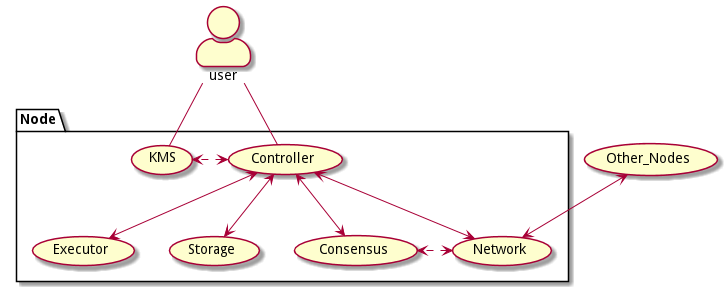
cita-cloud/docs keeps this PlantUML diagram as source/_static/images/micro_service.png. Above is the earlier version. Source of this version:
```plantuml
@startuml
top to bottom direction
skinparam actorStyle awesome
actor user
package Node {
  user -- (Controller)
  user -- (KMS)
  (Controller) <--> (Network)
  (Controller) <--> (Consensus)
  (Controller) <--> (Storage)
  (Controller) <--> (Executor)
  (Network) <.> (Consensus)
  (Controller) <.> (KMS)
}

(Other_Nodes) <--> (Network)
@enduml
```
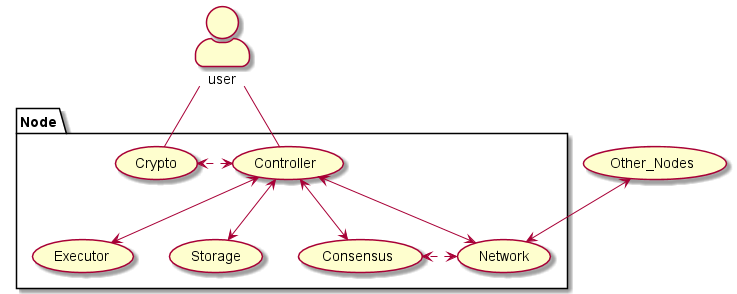
After the change.

Commit message:
kms to crypto; add v6.4.1 release notes; add bug for old release; fix typo

The edit, as a diff of the source:
```diff
@@ -4,13 +4,13 @@
 actor user
 package Node {
   user -- (Controller)
-  user -- (KMS)
+  user -- (Crypto)
   (Controller) <--> (Network)
   (Controller) <--> (Consensus)
   (Controller) <--> (Storage)
   (Controller) <--> (Executor)
   (Network) <.> (Consensus)
-  (Controller) <.> (KMS)
+  (Controller) <.> (Crypto)
 }
 
 (Other_Nodes) <--> (Network)
```
